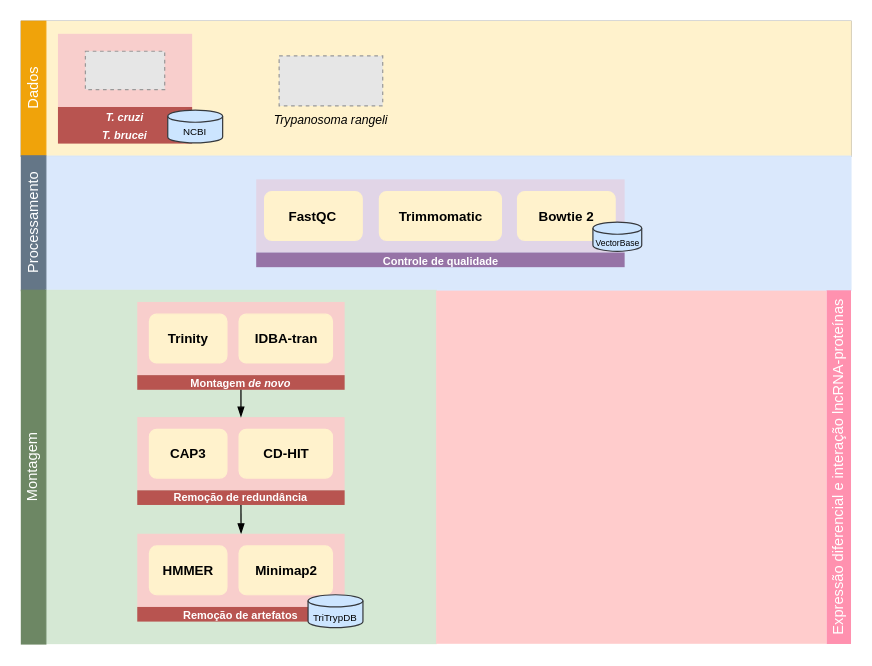
ekazuo/draw-io keeps this draw.io diagram as page "Workflow" (2 of 2) of ufsc/ppgbtc-doutorado/workflow_rnaseq_trangeli.drawio. Above is the earlier version. Source tidied: cells renumbered, new cells numbered last; positions are measured from the earlier drawing's top-left corner, leaving out a move shared by most shapes. Both pictures are drawn from the tidied source at 122%, with x=0, y=0 at pixel (-144, 21). Pictures stored in the file or linked from it are replaced by grey dashed boxes.
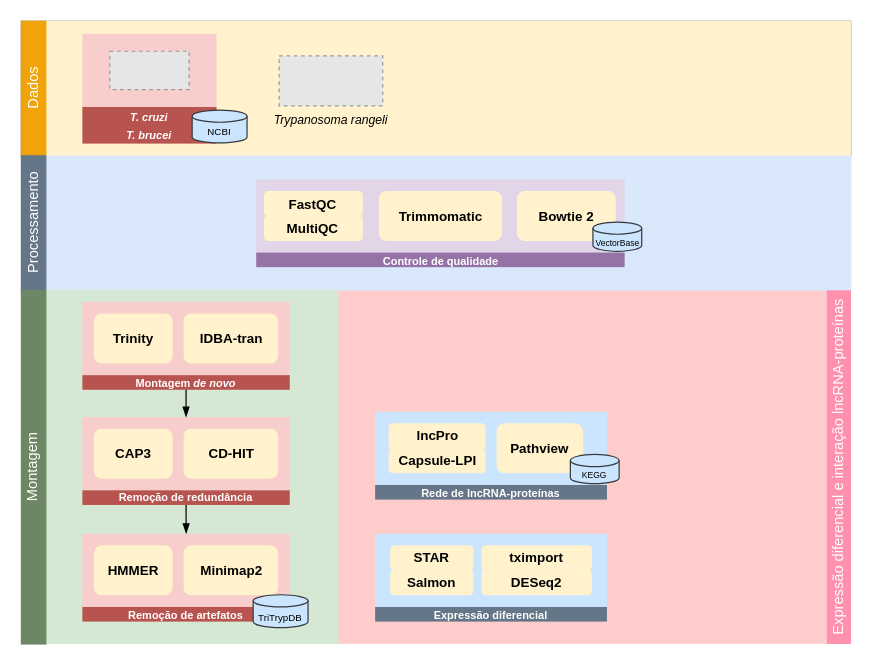
After the change.

Commit message (it also covers changes not shown here):
lncRNA-proteínas

The edit, as a diff of the source:
```diff
@@
     <mxCell id="7" style="rounded=0;whiteSpace=wrap;html=1;align=center;fillColor=#D5E8D4;strokeColor=#D5E8D4;" parent="1" vertex="1">
-      <mxGeometry x="155" y="220.5" width="320" height="289.5" as="geometry" />
+      <mxGeometry x="155" y="220.5" width="240" height="289.5" as="geometry" />
     </mxCell>
@@
-    <mxCell id="9" style="group;" parent="1" vertex="1">
-      <mxGeometry x="327.5" y="129.5" width="315" height="72" as="geometry" />
-    </mxCell>
-    <mxCell id="10" style="rounded=0;whiteSpace=wrap;html=1;arcSize=5;fontStyle=1;fillColor=#e1d5e7;strokeColor=none;" parent="9" vertex="1">
-      <mxGeometry width="302" height="60" as="geometry" />
-    </mxCell>
-    <mxCell id="11" value="&lt;div style=&quot;font-size: 11px;&quot;&gt;&lt;font style=&quot;font-size: 11px;&quot;&gt;FastQC&lt;/font&gt;&lt;/div&gt;" style="rounded=1;whiteSpace=wrap;html=1;fontStyle=1;fillColor=#fff2cc;strokeColor=#FFF2CC;" parent="9" vertex="1">
-      <mxGeometry x="6.9" y="10" width="80" height="40" as="geometry" />
-    </mxCell>
-    <mxCell id="12" value="&lt;font style=&quot;font-size: 11px;&quot;&gt;Trimmomatic&lt;/font&gt;" style="rounded=1;whiteSpace=wrap;html=1;fontStyle=1;fillColor=#FFF2CC;strokeColor=#FFF2CC;" parent="9" vertex="1">
-      <mxGeometry x="101" y="10" width="100" height="40" as="geometry" />
-    </mxCell>
-    <mxCell id="13" value="&lt;font style=&quot;font-size: 11px;&quot;&gt;Bowtie 2&lt;/font&gt;" style="rounded=1;whiteSpace=wrap;html=1;fontStyle=1;fillColor=#FFF2CC;strokeColor=#FFF2CC;" parent="9" vertex="1">
-      <mxGeometry x="214.2" y="10" width="80" height="40" as="geometry" />
-    </mxCell>
-    <mxCell id="14" value="&lt;font style=&quot;font-size: 9px;&quot; color=&quot;#ffffff&quot;&gt;&lt;b&gt;&lt;font style=&quot;font-size: 9px;&quot;&gt;Controle de qualidade&lt;/font&gt;&lt;/b&gt;&lt;/font&gt;" style="rounded=0;whiteSpace=wrap;html=1;arcSize=5;fontStyle=1;fillColor=#9673A6;strokeColor=none;" parent="9" vertex="1">
-      <mxGeometry y="60" width="302" height="12" as="geometry" />
-    </mxCell>
-    <mxCell id="15" value="&lt;font style=&quot;font-size: 7px;&quot;&gt;VectorBase&lt;/font&gt;" style="shape=cylinder3;whiteSpace=wrap;html=1;boundedLbl=1;backgroundOutline=1;size=5;fontSize=10;fillColor=#cce5ff;strokeColor=#36393d;" parent="9" vertex="1">
-      <mxGeometry x="276" y="35" width="40" height="24" as="geometry" />
-    </mxCell>
     <mxCell id="16" style="group;" parent="1" vertex="1">
-      <mxGeometry x="230" y="230" width="170" height="72" as="geometry" />
+      <mxGeometry x="185" y="230" width="170" height="72" as="geometry" />
     </mxCell>
@@
     <mxCell id="21" style="group;" parent="1" vertex="1">
-      <mxGeometry x="230" y="324.4" width="170" height="72" as="geometry" />
+      <mxGeometry x="185" y="324.4" width="170" height="72" as="geometry" />
     </mxCell>
@@
     <mxCell id="28" style="rounded=0;whiteSpace=wrap;html=1;align=center;fillColor=#ffcccc;strokeColor=none;" parent="1" vertex="1">
-      <mxGeometry x="475" y="220.7" width="320" height="289.5" as="geometry" />
+      <mxGeometry x="395" y="220.7" width="400" height="289.5" as="geometry" />
     </mxCell>
@@
     <mxCell id="30" style="group;" parent="1" vertex="1">
-      <mxGeometry x="230" y="420" width="185" height="77" as="geometry" />
+      <mxGeometry x="185" y="420" width="185" height="77" as="geometry" />
     </mxCell>
@@
     <mxCell id="39" style="group;" parent="1" vertex="1">
-      <mxGeometry x="165" y="10.2" width="135" height="90" as="geometry" />
+      <mxGeometry x="185" y="10.2" width="135" height="90" as="geometry" />
     </mxCell>
@@
+    <mxCell id="44" style="group;" parent="1" vertex="1">
+      <mxGeometry x="327.5" y="129.5" width="316" height="72" as="geometry" />
+    </mxCell>
+    <mxCell id="10" style="rounded=0;whiteSpace=wrap;html=1;arcSize=5;fontStyle=1;fillColor=#e1d5e7;strokeColor=none;" parent="44" vertex="1">
+      <mxGeometry width="302" height="60" as="geometry" />
+    </mxCell>
+    <mxCell id="11" value="&lt;div style=&quot;font-size: 11px;&quot;&gt;&lt;font style=&quot;font-size: 11px;&quot;&gt;FastQC&lt;/font&gt;&lt;/div&gt;" style="rounded=1;whiteSpace=wrap;html=1;fontStyle=1;fillColor=#fff2cc;strokeColor=#FFF2CC;" parent="44" vertex="1">
+      <mxGeometry x="6.9" y="10" width="80" height="20" as="geometry" />
+    </mxCell>
+    <mxCell id="12" value="&lt;font style=&quot;font-size: 11px;&quot;&gt;Trimmomatic&lt;/font&gt;" style="rounded=1;whiteSpace=wrap;html=1;fontStyle=1;fillColor=#FFF2CC;strokeColor=#FFF2CC;" parent="44" vertex="1">
+      <mxGeometry x="101" y="10" width="100" height="40" as="geometry" />
+    </mxCell>
+    <mxCell id="13" value="&lt;font style=&quot;font-size: 11px;&quot;&gt;Bowtie 2&lt;/font&gt;" style="rounded=1;whiteSpace=wrap;html=1;fontStyle=1;fillColor=#FFF2CC;strokeColor=#FFF2CC;" parent="44" vertex="1">
+      <mxGeometry x="214.2" y="10" width="80" height="40" as="geometry" />
+    </mxCell>
+    <mxCell id="14" value="&lt;font style=&quot;font-size: 9px;&quot; color=&quot;#ffffff&quot;&gt;&lt;b&gt;&lt;font style=&quot;font-size: 9px;&quot;&gt;Controle de qualidade&lt;/font&gt;&lt;/b&gt;&lt;/font&gt;" style="rounded=0;whiteSpace=wrap;html=1;arcSize=5;fontStyle=1;fillColor=#9673A6;strokeColor=none;" parent="44" vertex="1">
+      <mxGeometry y="60" width="302" height="12" as="geometry" />
+    </mxCell>
+    <mxCell id="15" value="&lt;font style=&quot;font-size: 7px;&quot;&gt;VectorBase&lt;/font&gt;" style="shape=cylinder3;whiteSpace=wrap;html=1;boundedLbl=1;backgroundOutline=1;size=5;fontSize=10;fillColor=#cce5ff;strokeColor=#36393d;" parent="44" vertex="1">
+      <mxGeometry x="276" y="35" width="40" height="24" as="geometry" />
+    </mxCell>
+    <mxCell id="45" value="&lt;div style=&quot;font-size: 11px;&quot;&gt;&lt;font style=&quot;font-size: 11px;&quot;&gt;MultiQC&lt;/font&gt;&lt;/div&gt;" style="rounded=1;whiteSpace=wrap;html=1;fontStyle=1;fillColor=#fff2cc;strokeColor=#FFF2CC;" parent="44" vertex="1">
+      <mxGeometry x="6.9" y="30" width="80" height="20" as="geometry" />
+    </mxCell>
+    <mxCell id="46" style="group;" parent="1" vertex="1">
+      <mxGeometry x="425" y="420" width="190" height="72" as="geometry" />
+    </mxCell>
+    <mxCell id="47" style="rounded=0;whiteSpace=wrap;html=1;arcSize=5;fontStyle=1;fillColor=#cce5ff;strokeColor=none;" parent="46" vertex="1">
+      <mxGeometry width="190" height="60" as="geometry" />
+    </mxCell>
+    <mxCell id="48" value="&lt;div style=&quot;font-size: 11px;&quot;&gt;&lt;font style=&quot;font-size: 11px;&quot;&gt;tximport&lt;/font&gt;&lt;/div&gt;" style="rounded=1;whiteSpace=wrap;html=1;fontStyle=1;fillColor=#fff2cc;strokeColor=#FFF2CC;" parent="46" vertex="1">
+      <mxGeometry x="87.7" y="10" width="89.4" height="20" as="geometry" />
+    </mxCell>
+    <mxCell id="49" value="&lt;font style=&quot;font-size: 9px;&quot; color=&quot;#ffffff&quot;&gt;Expressão diferencial&lt;br&gt;&lt;/font&gt;" style="rounded=0;whiteSpace=wrap;html=1;arcSize=5;fontStyle=1;fillColor=#647687;strokeColor=none;" parent="46" vertex="1">
+      <mxGeometry y="60" width="190" height="12" as="geometry" />
+    </mxCell>
+    <mxCell id="50" value="&lt;font style=&quot;font-size: 11px;&quot;&gt;STAR&lt;/font&gt;" style="rounded=1;whiteSpace=wrap;html=1;fontStyle=1;fillColor=#fff2cc;strokeColor=#FFF2CC;" parent="46" vertex="1">
+      <mxGeometry x="12.9" y="10" width="67.1" height="20" as="geometry" />
+    </mxCell>
+    <mxCell id="51" value="&lt;font style=&quot;font-size: 11px;&quot;&gt;Salmon&lt;/font&gt;" style="rounded=1;whiteSpace=wrap;html=1;fontStyle=1;fillColor=#fff2cc;strokeColor=#FFF2CC;" parent="46" vertex="1">
+      <mxGeometry x="12.9" y="30" width="67.1" height="20" as="geometry" />
+    </mxCell>
+    <mxCell id="52" value="&lt;div style=&quot;font-size: 11px;&quot;&gt;DESeq2&lt;/div&gt;" style="rounded=1;whiteSpace=wrap;html=1;fontStyle=1;fillColor=#fff2cc;strokeColor=#FFF2CC;" parent="46" vertex="1">
+      <mxGeometry x="87.7" y="30" width="89.4" height="20" as="geometry" />
+    </mxCell>
+    <mxCell id="53" style="group;" parent="1" vertex="1">
+      <mxGeometry x="425" y="320" width="205" height="72" as="geometry" />
+    </mxCell>
+    <mxCell id="54" style="rounded=0;whiteSpace=wrap;html=1;arcSize=5;fontStyle=1;fillColor=#cce5ff;strokeColor=none;" parent="53" vertex="1">
+      <mxGeometry width="190" height="60" as="geometry" />
+    </mxCell>
+    <mxCell id="55" value="&lt;font style=&quot;font-size: 9px;&quot; color=&quot;#ffffff&quot;&gt;Rede de lncRNA-proteínas&lt;/font&gt;" style="rounded=0;whiteSpace=wrap;html=1;arcSize=5;fontStyle=1;fillColor=#647687;strokeColor=none;" parent="53" vertex="1">
+      <mxGeometry y="60" width="190" height="12" as="geometry" />
+    </mxCell>
+    <mxCell id="56" value="&lt;font style=&quot;font-size: 11px;&quot;&gt;lncPro&lt;/font&gt;" style="rounded=1;whiteSpace=wrap;html=1;fontStyle=1;fillColor=#fff2cc;strokeColor=#FFF2CC;" parent="53" vertex="1">
+      <mxGeometry x="11.5" y="10" width="78.5" height="20" as="geometry" />
+    </mxCell>
+    <mxCell id="57" value="&lt;font style=&quot;font-size: 11px;&quot;&gt;Capsule-LPI&lt;/font&gt;" style="rounded=1;whiteSpace=wrap;html=1;fontStyle=1;fillColor=#fff2cc;strokeColor=#FFF2CC;" parent="53" vertex="1">
+      <mxGeometry x="11.5" y="30" width="78.5" height="20" as="geometry" />
+    </mxCell>
+    <mxCell id="58" value="&lt;font style=&quot;font-size: 11px;&quot;&gt;Pathview&lt;/font&gt;" style="rounded=1;whiteSpace=wrap;html=1;fontStyle=1;fillColor=#fff2cc;strokeColor=#FFF2CC;" parent="53" vertex="1">
+      <mxGeometry x="100" y="10" width="70" height="40" as="geometry" />
+    </mxCell>
+    <mxCell id="59" value="&lt;font style=&quot;font-size: 7px;&quot;&gt;KEGG&lt;/font&gt;" style="shape=cylinder3;whiteSpace=wrap;html=1;boundedLbl=1;backgroundOutline=1;size=5;fontSize=10;fillColor=#cce5ff;strokeColor=#36393d;" parent="53" vertex="1">
+      <mxGeometry x="160" y="35" width="40" height="24" as="geometry" />
+    </mxCell>
```
